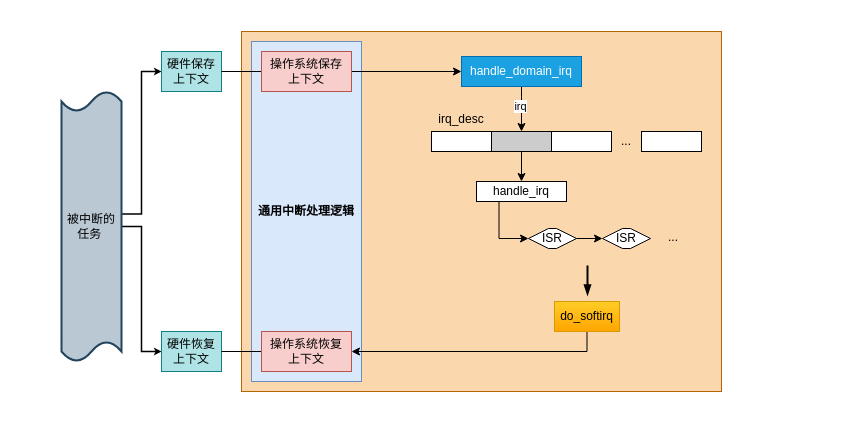
This is page "第 1 页" (1 of 2) of linux_interrupt.drawio from Aspiresky/draw.io, a draw.io file, before an edit. Source tidied: cells renumbered, new cells numbered last; positions are measured from the earlier drawing's top-left corner, leaving out a move shared by most shapes. Both pictures are drawn from the tidied source at 100%, with x=0, y=0 at pixel (61, 31).
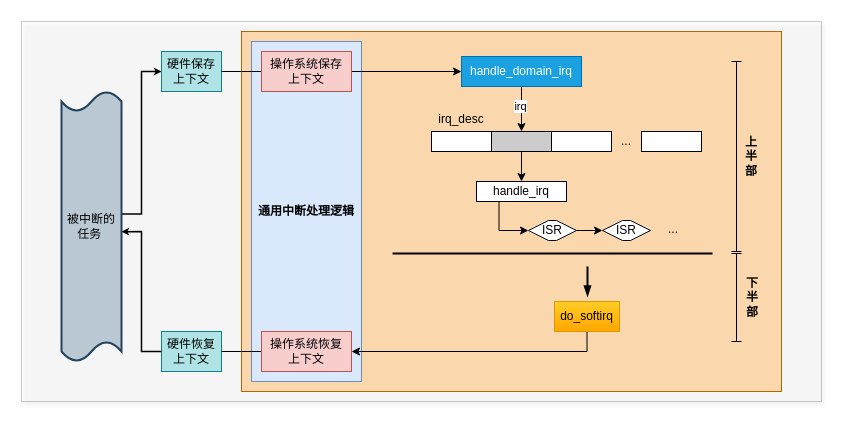
Above is the later version.

The change refers to these unchanged cells:
```xml
<mxCell id="5" value="被中断的任务&amp;nbsp;" style="shape=tape;whiteSpace=wrap;html=1;strokeWidth=2;size=0.07407407407407407;fillColor=#bac8d3;strokeColor=#23445d;" parent="1" vertex="1">
  <mxGeometry y="60" width="60" height="270" as="geometry" />
</mxCell>
<mxCell id="7" value="硬件恢复上下文" style="rounded=0;whiteSpace=wrap;html=1;fillColor=#b0e3e6;strokeColor=#0e8088;" parent="1" vertex="1">
  <mxGeometry x="100" y="300" width="60" height="40" as="geometry" />
</mxCell>
<mxCell id="23" value="handle_irq" style="rounded=0;whiteSpace=wrap;html=1;" parent="1" vertex="1">
  <mxGeometry x="415" y="150" width="90" height="20" as="geometry" />
</mxCell>
```

What changed in the source:
```diff
@@
-    <mxCell id="2" style="rounded=0;whiteSpace=wrap;html=1;fillColor=#fad7ac;strokeColor=#b46504;" parent="1" vertex="1">
-      <mxGeometry x="180" width="480" height="360" as="geometry" />
-    </mxCell>
+    <mxCell id="33" style="rounded=0;whiteSpace=wrap;html=1;shadow=1;opacity=20;" parent="1" vertex="1">
+      <mxGeometry x="-40" y="-10" width="800" height="380" as="geometry" />
+    </mxCell>
+    <mxCell id="34" style="rounded=0;whiteSpace=wrap;html=1;fillColor=#fad7ac;strokeColor=#b46504;" parent="1" vertex="1">
+      <mxGeometry x="180" width="540" height="360" as="geometry" />
+    </mxCell>
@@
-    <mxCell id="4" style="edgeStyle=orthogonalEdgeStyle;rounded=0;jettySize=auto;html=1;exitX=1;exitY=0.5;exitDx=0;exitDy=0;exitPerimeter=0;entryX=0;entryY=0.5;entryDx=0;entryDy=0;curved=0;strokeWidth=1.5;endSize=3;" parent="1" edge="1" source="5" target="7">
-      <mxGeometry relative="1" as="geometry" />
-    </mxCell>
@@
-    <mxCell id="22" style="edgeStyle=orthogonalEdgeStyle;rounded=0;jettySize=auto;html=1;exitX=0.25;exitY=1;exitDx=0;exitDy=0;entryX=0;entryY=0.5;entryDx=0;entryDy=0;" parent="1" edge="1" source="23" target="27">
-      <mxGeometry relative="1" as="geometry" />
-    </mxCell>
+    <mxCell id="35" style="edgeStyle=orthogonalEdgeStyle;rounded=0;jettySize=auto;html=1;exitX=0.25;exitY=1;exitDx=0;exitDy=0;entryX=0;entryY=0.5;entryDx=0;entryDy=0;" parent="1" edge="1" source="23" target="38">
+      <mxGeometry relative="1" as="geometry" />
+    </mxCell>
@@
-    <mxCell id="25" value="ISR" style="shape=hexagon;perimeter=hexagonPerimeter2;whiteSpace=wrap;html=1;fixedSize=1;" parent="1" vertex="1">
-      <mxGeometry x="541" y="197" width="48" height="20" as="geometry" />
-    </mxCell>
-    <mxCell id="26" style="edgeStyle=orthogonalEdgeStyle;rounded=0;jettySize=auto;html=1;exitX=1;exitY=0.5;exitDx=0;exitDy=0;entryX=0;entryY=0.5;entryDx=0;entryDy=0;" parent="1" edge="1" source="27" target="25">
-      <mxGeometry relative="1" as="geometry" />
-    </mxCell>
-    <mxCell id="27" value="ISR" style="shape=hexagon;perimeter=hexagonPerimeter2;whiteSpace=wrap;html=1;fixedSize=1;" parent="1" vertex="1">
-      <mxGeometry x="467" y="197" width="48" height="20" as="geometry" />
-    </mxCell>
+    <mxCell id="36" value="ISR" style="shape=hexagon;perimeter=hexagonPerimeter2;whiteSpace=wrap;html=1;fixedSize=1;" parent="1" vertex="1">
+      <mxGeometry x="541" y="189" width="48" height="20" as="geometry" />
+    </mxCell>
+    <mxCell id="37" style="edgeStyle=orthogonalEdgeStyle;rounded=0;jettySize=auto;html=1;exitX=1;exitY=0.5;exitDx=0;exitDy=0;entryX=0;entryY=0.5;entryDx=0;entryDy=0;" parent="1" edge="1" source="38" target="36">
+      <mxGeometry relative="1" as="geometry" />
+    </mxCell>
+    <mxCell id="38" value="ISR" style="shape=hexagon;perimeter=hexagonPerimeter2;whiteSpace=wrap;html=1;fixedSize=1;" parent="1" vertex="1">
+      <mxGeometry x="467" y="189" width="48" height="20" as="geometry" />
+    </mxCell>
@@
     <mxCell id="31" value="..." style="rounded=0;whiteSpace=wrap;html=1;opacity=0;" parent="1" vertex="1">
-      <mxGeometry x="597" y="196" width="30" height="20" as="geometry" />
+      <mxGeometry x="597" y="188" width="30" height="20" as="geometry" />
     </mxCell>
-    <mxCell id="32" style="endArrow=blockThin;html=1;rounded=0;strokeWidth=2;endFill=1;" parent="1" edge="1">
-      <mxGeometry relative="1" as="geometry">
-        <mxPoint x="526" y="234" as="sourcePoint" />
-        <mxPoint x="526" y="264" as="targetPoint" />
-      </mxGeometry>
-    </mxCell>
+    <mxCell id="39" style="endArrow=blockThin;html=1;rounded=0;strokeWidth=2;endFill=1;" parent="1" edge="1">
+      <mxGeometry relative="1" as="geometry">
+        <mxPoint x="526" y="235" as="sourcePoint" />
+        <mxPoint x="526" y="265" as="targetPoint" />
+      </mxGeometry>
+    </mxCell>
+    <mxCell id="40" style="shape=crossbar;whiteSpace=wrap;html=1;rounded=1;direction=south;" parent="1" vertex="1">
+      <mxGeometry x="670" y="30" width="10" height="190" as="geometry" />
+    </mxCell>
+    <mxCell id="41" style="shape=crossbar;whiteSpace=wrap;html=1;rounded=1;direction=south;" parent="1" vertex="1">
+      <mxGeometry x="670" y="222" width="10" height="88" as="geometry" />
+    </mxCell>
+    <mxCell id="42" value="上半部" style="text;strokeColor=none;align=center;fillColor=none;html=1;verticalAlign=middle;whiteSpace=wrap;rounded=0;fontStyle=1;" parent="1" vertex="1">
+      <mxGeometry x="680" y="30" width="20" height="190" as="geometry" />
+    </mxCell>
+    <mxCell id="43" value="下半部" style="text;strokeColor=none;align=center;fillColor=none;html=1;verticalAlign=middle;whiteSpace=wrap;rounded=0;fontStyle=1;" parent="1" vertex="1">
+      <mxGeometry x="681" y="222" width="20" height="88" as="geometry" />
+    </mxCell>
+    <mxCell id="44" style="endArrow=none;html=1;strokeWidth=2;rounded=0;" parent="1" edge="1">
+      <mxGeometry relative="1" as="geometry">
+        <mxPoint x="331" y="222" as="sourcePoint" />
+        <mxPoint x="651" y="222" as="targetPoint" />
+      </mxGeometry>
+    </mxCell>
+    <mxCell id="45" style="edgeStyle=orthogonalEdgeStyle;rounded=0;jettySize=auto;html=1;exitX=0;exitY=0.5;exitDx=0;exitDy=0;entryX=0.125;entryY=0.553;entryDx=0;entryDy=0;entryPerimeter=0;strokeWidth=1.5;endSize=3;" parent="1" edge="1" source="7" target="33">
+      <mxGeometry relative="1" as="geometry">
+        <Array as="points">
+          <mxPoint x="80" y="320" />
+          <mxPoint x="80" y="200" />
+        </Array>
+      </mxGeometry>
+    </mxCell>
```
